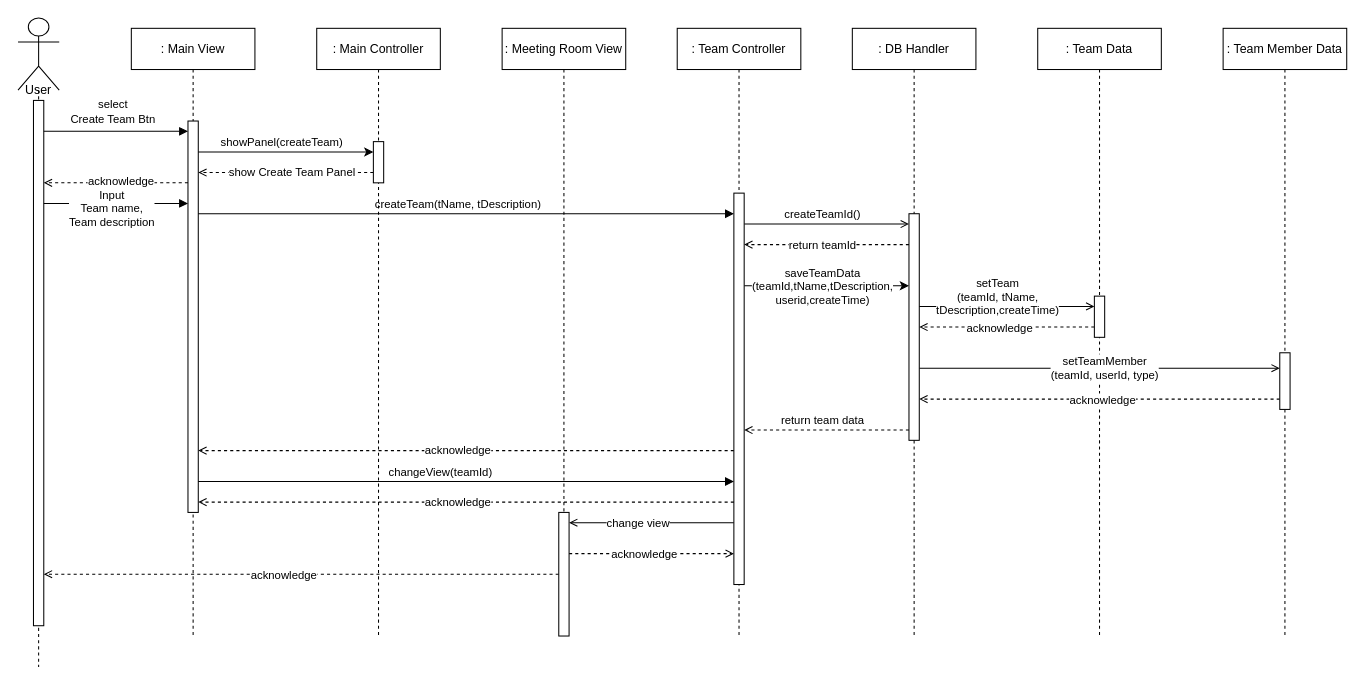
The draw.io diagram SD3.drawio in ONFFLine/Diagram, before the edit. Source tidied: cells renumbered, new cells numbered last; positions are measured from the earlier drawing's top-left corner, leaving out a move shared by most shapes. Both pictures are drawn from the tidied source at 103%, with x=0, y=0 at pixel (18, 18).
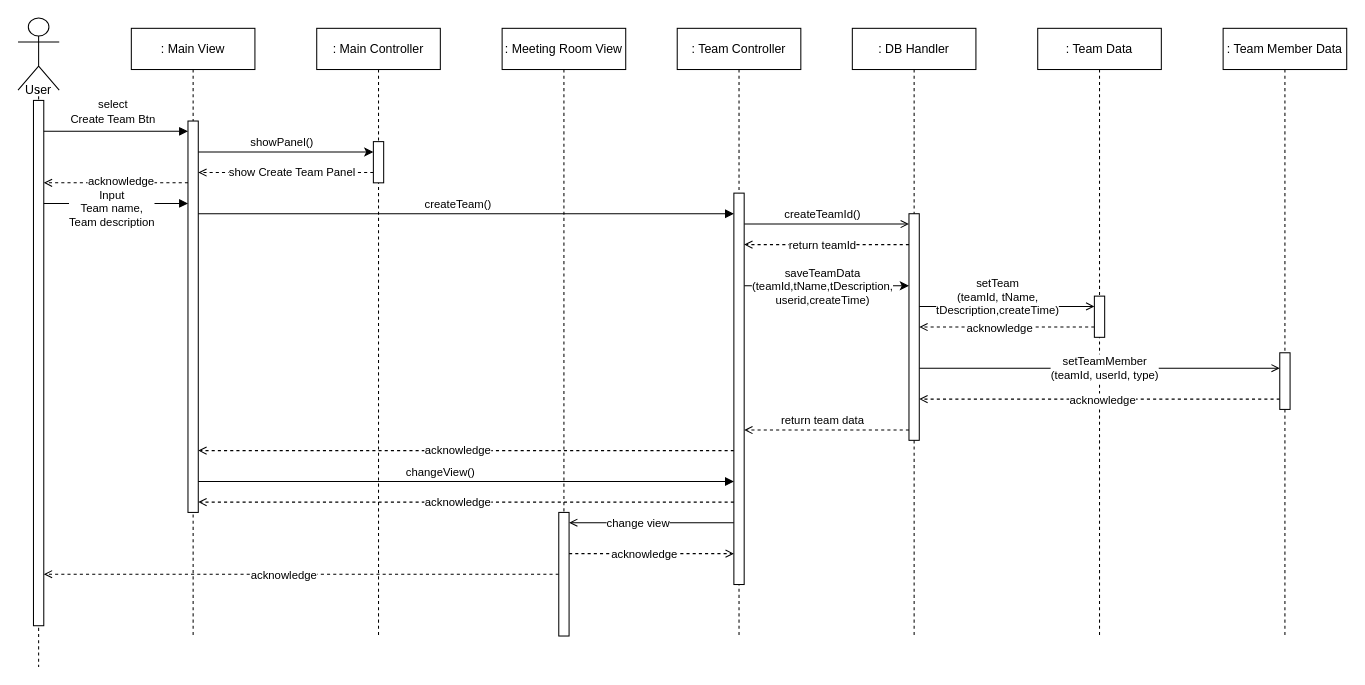
The same diagram, later.

The change refers to these unchanged cells:
```xml
<mxCell id="34" style="edgeStyle=orthogonalEdgeStyle;rounded=0;jettySize=auto;html=1;endArrow=block;endFill=1;" parent="1" edge="1" source="31" target="17">
  <mxGeometry relative="1" as="geometry">
    <Array as="points">
      <mxPoint x="420" y="450" />
      <mxPoint x="420" y="450" />
    </Array>
  </mxGeometry>
</mxCell>
<mxCell id="36" style="edgeStyle=orthogonalEdgeStyle;rounded=0;jettySize=auto;html=1;endArrow=block;endFill=1;" parent="1" edge="1" source="31" target="17">
  <mxGeometry relative="1" as="geometry">
    <Array as="points">
      <mxPoint x="400" y="190" />
      <mxPoint x="400" y="190" />
    </Array>
  </mxGeometry>
</mxCell>
<mxCell id="46" style="edgeStyle=orthogonalEdgeStyle;rounded=0;jettySize=auto;html=1;" parent="1" edge="1" source="31" target="45">
  <mxGeometry relative="1" as="geometry">
    <Array as="points">
      <mxPoint x="290" y="130" />
      <mxPoint x="290" y="130" />
    </Array>
  </mxGeometry>
</mxCell>
```

The edit, as a diff of the source:
```diff
@@
-    <mxCell id="35" value="changeView(teamId)" style="edgeLabel;html=1;align=center;verticalAlign=middle;" parent="34" vertex="1">
+    <mxCell id="35" value="changeView()" style="edgeLabel;html=1;align=center;verticalAlign=middle;" parent="34" vertex="1">
       <mxGeometry x="-0.31" y="1" relative="1" as="geometry">
         <mxPoint x="55" y="-9" as="offset" />
       </mxGeometry>
     </mxCell>
@@
-    <mxCell id="37" value="createTeam(tName, tDescription)" style="edgeLabel;html=1;align=center;verticalAlign=middle;" parent="36" vertex="1">
+    <mxCell id="37" value="createTeam()" style="edgeLabel;html=1;align=center;verticalAlign=middle;" parent="36" vertex="1">
       <mxGeometry x="-0.1" relative="1" as="geometry">
         <mxPoint x="17" y="-10" as="offset" />
       </mxGeometry>
     </mxCell>
@@
-    <mxCell id="47" value="showPanel(createTeam)" style="edgeLabel;html=1;align=center;verticalAlign=middle;" parent="46" vertex="1">
+    <mxCell id="47" value="showPanel()" style="edgeLabel;html=1;align=center;verticalAlign=middle;" parent="46" vertex="1">
       <mxGeometry x="-0.14" y="2" relative="1" as="geometry">
         <mxPoint x="7" y="-8" as="offset" />
       </mxGeometry>
     </mxCell>
```
